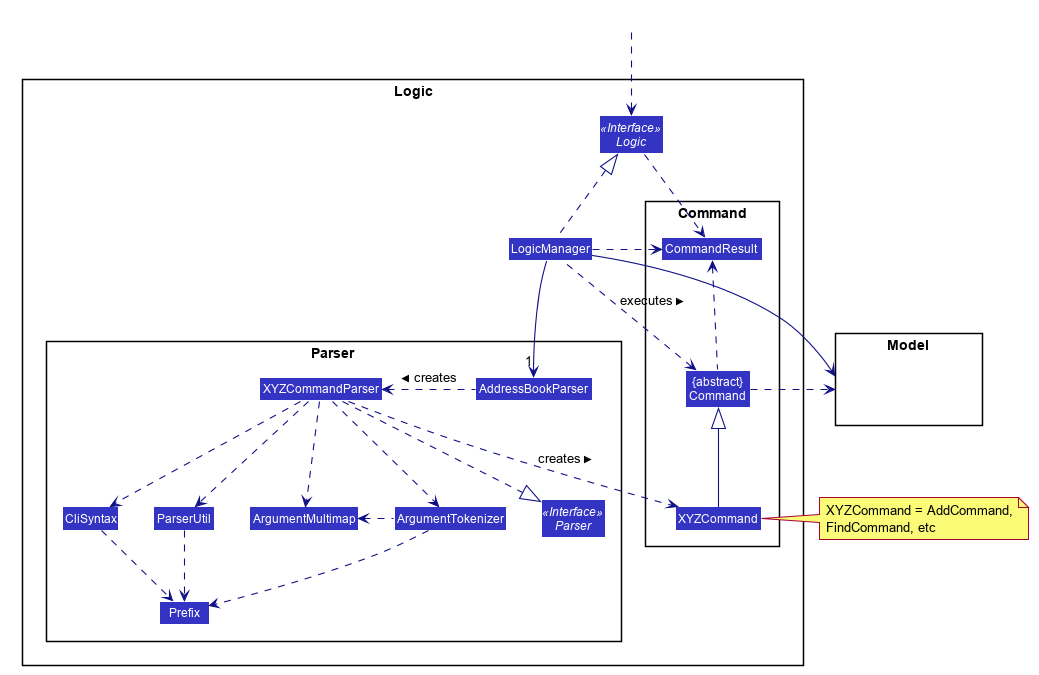
Earlier version of the PlantUML export docs/images/LogicClassDiagram.png (nus-cs2103-AY2021S2/tp). The source it was exported from:
```plantuml
@startuml








skinparam BackgroundColor #FFFFFFF

skinparam Shadowing false

skinparam Class {
    FontColor #FFFFFF
    BorderThickness 1
    BorderColor #FFFFFF
    StereotypeFontColor #FFFFFF
    FontName Arial
}

skinparam Actor {
    BorderColor #000000
    Color #000000
    FontName Arial
}

skinparam Sequence {
    MessageAlign center
    BoxFontSize 15
    BoxPadding 0
    BoxFontColor #FFFFFF
    FontName Arial
}

skinparam Participant {
    FontColor #FFFFFFF
    Padding 20
}

skinparam MinClassWidth 50
skinparam ParticipantPadding 10
skinparam Shadowing false
skinparam DefaultTextAlignment center
skinparam packageStyle Rectangle

hide footbox
hide members
hide circle
skinparam arrowThickness 1.1
skinparam arrowColor #101086
skinparam classBackgroundColor #3333C4

package Logic {

package Parser {
Interface Parser <<Interface>>
Class AddressBookParser
Class XYZCommandParser
Class CliSyntax
Class ParserUtil
Class ArgumentMultimap
Class ArgumentTokenizer
Class Prefix
}

package Command {
Class XYZCommand
Class CommandResult
Class "{abstract}\nCommand" as Command
}

Interface Logic <<Interface>>
Class LogicManager
}

package Model{
Class HiddenModel #FFFFFF
}

Class HiddenOutside #FFFFFF
HiddenOutside ..> Logic

LogicManager .up.|> Logic
LogicManager -->"1" AddressBookParser
AddressBookParser .left.> XYZCommandParser: creates >

XYZCommandParser ..> XYZCommand : creates >
XYZCommandParser ..|> Parser
XYZCommandParser ..> ArgumentMultimap
XYZCommandParser ..> ArgumentTokenizer
ArgumentTokenizer .left.> ArgumentMultimap
XYZCommandParser ..> CliSyntax
CliSyntax ..> Prefix
XYZCommandParser ..> ParserUtil
ParserUtil .down.> Prefix
ArgumentTokenizer .down.> Prefix
XYZCommand -up-|> Command
LogicManager .left.> Command : executes >

LogicManager --> Model
Command .right.> Model
note right of XYZCommand: XYZCommand = AddCommand, \nFindCommand, etc

Logic ..> CommandResult
LogicManager .down.> CommandResult
Command .up.> CommandResult
CommandResult -[hidden]-> Parser
@enduml
```
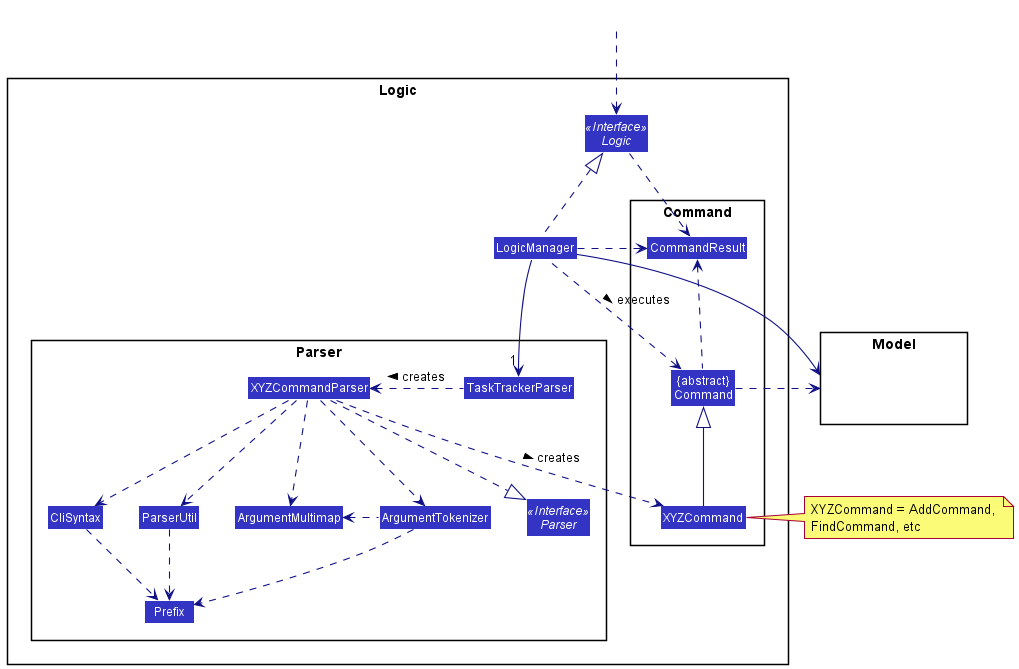
The same file after the commit.

Change to the diagram source:
```diff
@@ -1,61 +1,14 @@
 @startuml
-
-
-
-
-
-
-
-
-skinparam BackgroundColor #FFFFFFF
-
-skinparam Shadowing false
-
-skinparam Class {
-    FontColor #FFFFFF
-    BorderThickness 1
-    BorderColor #FFFFFF
-    StereotypeFontColor #FFFFFF
-    FontName Arial
-}
-
-skinparam Actor {
-    BorderColor #000000
-    Color #000000
-    FontName Arial
-}
-
-skinparam Sequence {
-    MessageAlign center
-    BoxFontSize 15
-    BoxPadding 0
-    BoxFontColor #FFFFFF
-    FontName Arial
-}
-
-skinparam Participant {
-    FontColor #FFFFFFF
-    Padding 20
-}
-
-skinparam MinClassWidth 50
-skinparam ParticipantPadding 10
-skinparam Shadowing false
-skinparam DefaultTextAlignment center
-skinparam packageStyle Rectangle
-
-hide footbox
-hide members
-hide circle
+!include style.puml
 skinparam arrowThickness 1.1
-skinparam arrowColor #101086
-skinparam classBackgroundColor #3333C4
+skinparam arrowColor LOGIC_COLOR_T4
+skinparam classBackgroundColor LOGIC_COLOR
 
 package Logic {
 
 package Parser {
 Interface Parser <<Interface>>
-Class AddressBookParser
+Class TaskTrackerParser
 Class XYZCommandParser
 Class CliSyntax
 Class ParserUtil
@@ -82,8 +35,8 @@
 HiddenOutside ..> Logic
 
 LogicManager .up.|> Logic
-LogicManager -->"1" AddressBookParser
-AddressBookParser .left.> XYZCommandParser: creates >
+LogicManager -->"1" TaskTrackerParser
+TaskTrackerParser .left.> XYZCommandParser: creates >
 
 XYZCommandParser ..> XYZCommand : creates >
 XYZCommandParser ..|> Parser
```
